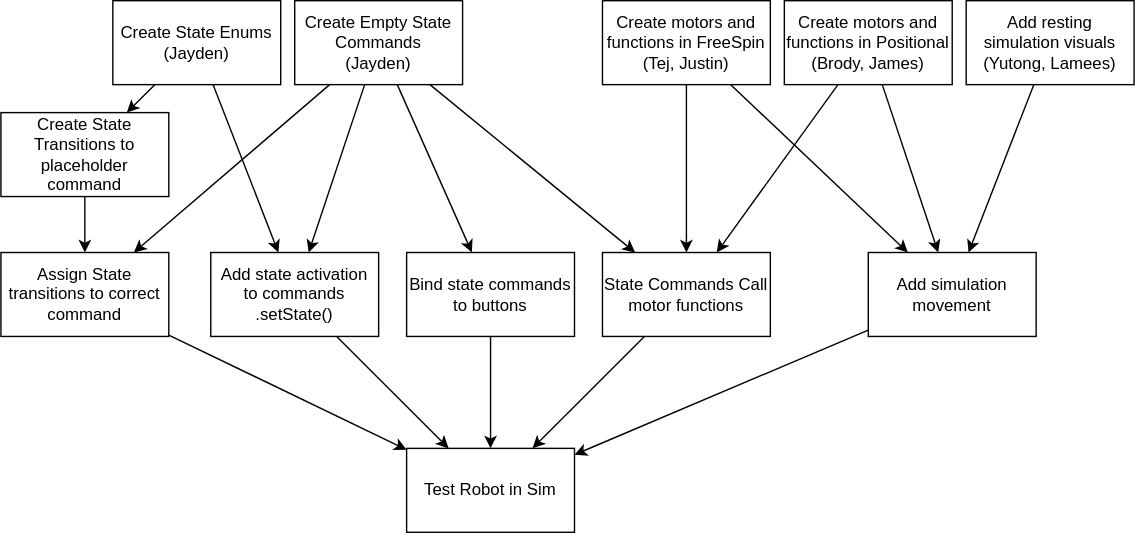
Above: design/program_order.drawio.svg in FRCTeam3255/2026_Offbot_Code (draw.io), before the change. Source tidied: cells renumbered, new cells last; positions are measured from the earlier drawing's top-left corner, leaving out a move shared by most shapes.
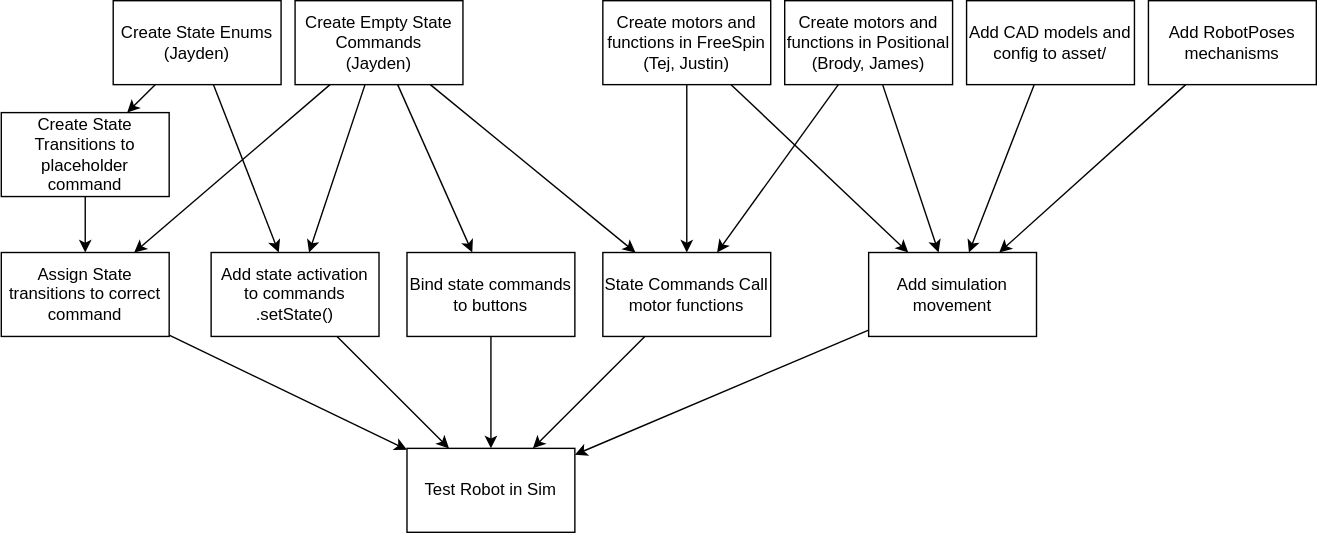
After the change.

Commit message:
split getting cad model and add RobotPoses updates

Diff of the diagram source:
```diff
@@ -53,8 +53,8 @@
     <mxCell id="18" style="edgeStyle=none;html=1;" parent="1" edge="1" source="19" target="21">
       <mxGeometry relative="1" as="geometry" />
     </mxCell>
-    <mxCell id="19" value="Add resting simulation visuals&lt;div&gt;(Yutong, Lamees)&lt;/div&gt;" style="whiteSpace=wrap;html=1;" parent="1" vertex="1">
-      <mxGeometry x="690" width="120" height="60" as="geometry" />
+    <mxCell id="19" value="Add RobotPoses mechanisms" style="whiteSpace=wrap;html=1;" parent="1" vertex="1">
+      <mxGeometry x="820" width="120" height="60" as="geometry" />
     </mxCell>
     <mxCell id="20" style="edgeStyle=none;html=1;" parent="1" edge="1" source="21" target="28">
       <mxGeometry relative="1" as="geometry" />
@@ -89,5 +89,11 @@
     <mxCell id="30" value="Assign State transitions to correct command" style="whiteSpace=wrap;html=1;" parent="1" vertex="1">
       <mxGeometry y="180" width="120" height="60" as="geometry" />
     </mxCell>
+    <mxCell id="31" style="edgeStyle=none;html=1;" parent="1" edge="1" source="32" target="21">
+      <mxGeometry relative="1" as="geometry" />
+    </mxCell>
+    <mxCell id="32" value="Add CAD models and config to asset/" style="whiteSpace=wrap;html=1;" parent="1" vertex="1">
+      <mxGeometry x="690" width="120" height="60" as="geometry" />
+    </mxCell>
   </root>
 </mxGraphModel>
```
